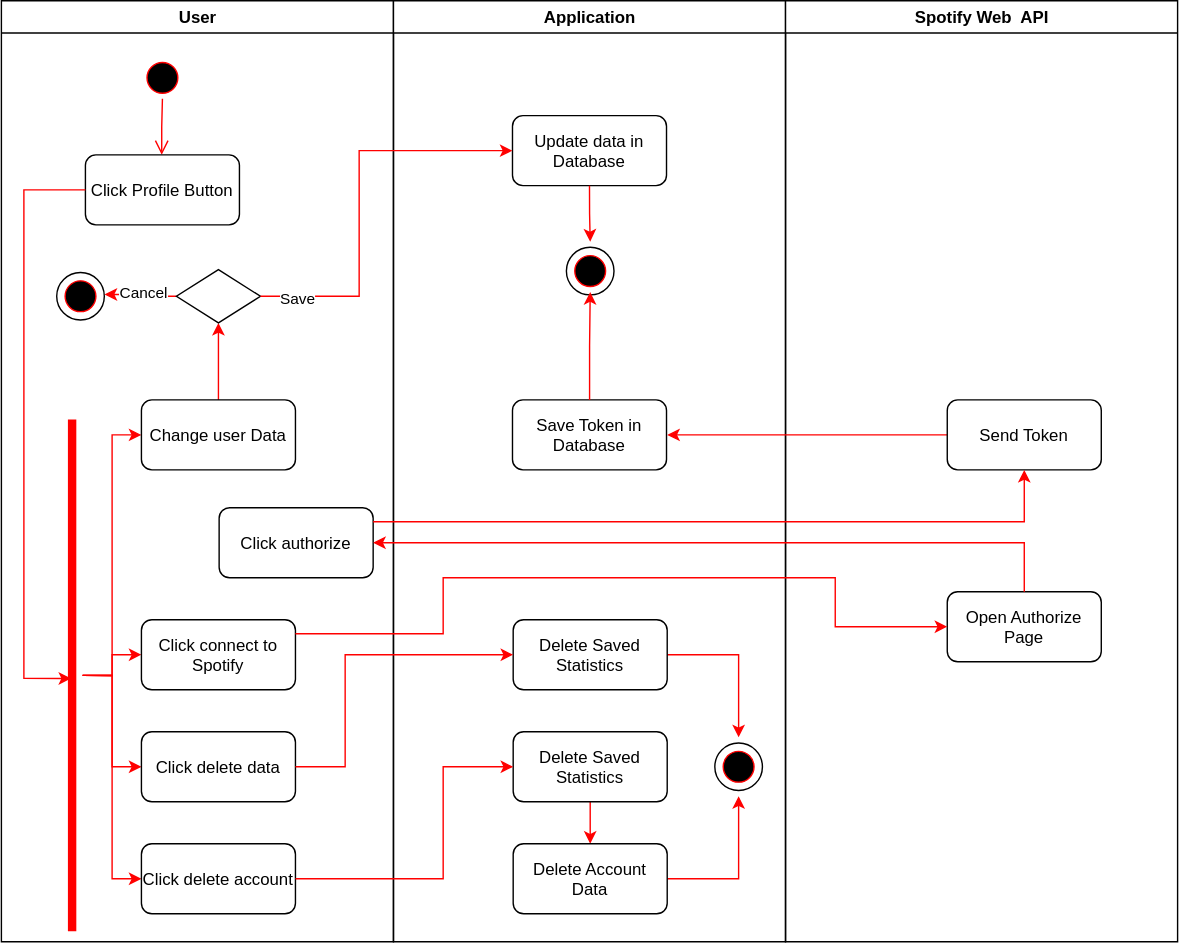
Before: Documentation/diagrams/Edit_Profile_Activity_Diagram.svg, a diagram exported from draw.io (SE-TINF22B6/Statify). Source tidied: cells renumbered, new cells last; positions are measured from the earlier drawing's top-left corner, leaving out a move shared by most shapes.
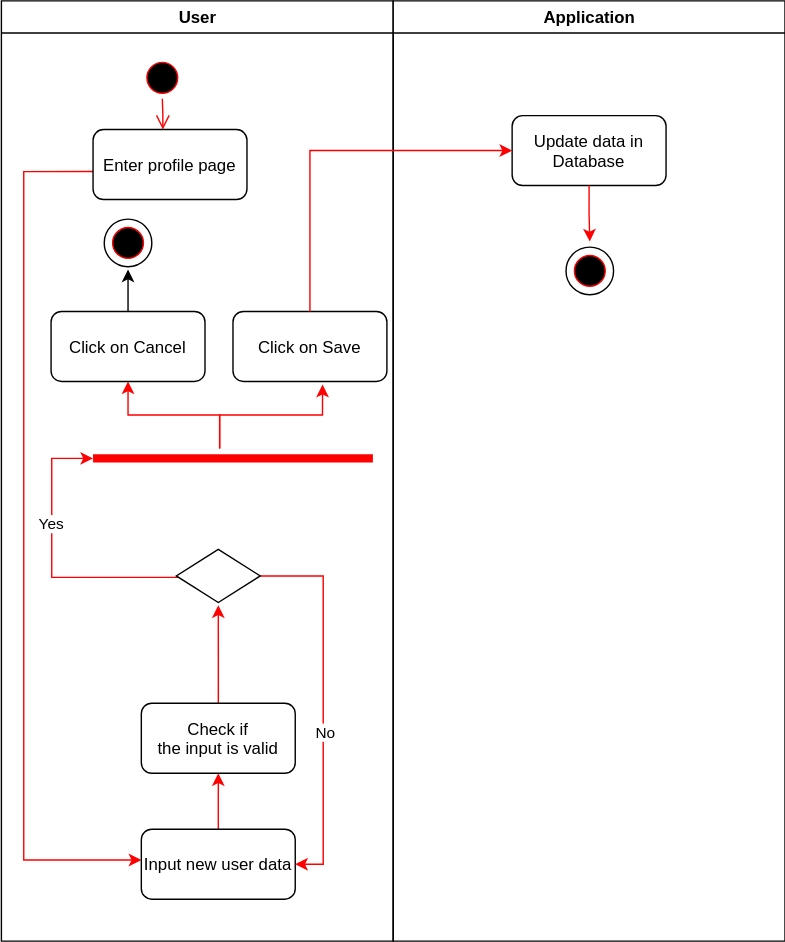
Later version of the same file.

Commit message:
updated the activity diagrams

Diff of the diagram source:
```diff
@@ -11,53 +11,87 @@
     <mxCell id="4" style="edgeStyle=elbowEdgeStyle;elbow=horizontal;verticalAlign=bottom;endArrow=open;endSize=8;strokeColor=#FF0000;endFill=1;rounded=0;" parent="2" edge="1" source="3" target="5">
       <mxGeometry x="100" y="40" as="geometry" />
     </mxCell>
+    <mxCell id="52" style="edgeStyle=orthogonalEdgeStyle;rounded=0;orthogonalLoop=1;jettySize=auto;html=1;entryX=0;entryY=0.5;entryDx=0;entryDy=0;strokeColor=#ff0000;" parent="2" edge="1">
+      <mxGeometry relative="1" as="geometry">
+        <mxPoint x="65.5" y="122" as="sourcePoint" />
+        <mxPoint x="100" y="614" as="targetPoint" />
+        <Array as="points">
+          <mxPoint x="16" y="122" />
+          <mxPoint x="16" y="614" />
+        </Array>
+      </mxGeometry>
+    </mxCell>
-    <mxCell id="5" value="Click Profile Button" style="rounded=1;" parent="2" vertex="1">
-      <mxGeometry x="60" y="110" width="110" height="50" as="geometry" />
+    <mxCell id="5" value="Enter profile page" style="rounded=1;" parent="2" vertex="1">
+      <mxGeometry x="65.5" y="92" width="110" height="50" as="geometry" />
     </mxCell>
-    <mxCell id="6" style="edgeStyle=orthogonalEdgeStyle;rounded=0;jettySize=auto;html=1;entryX=0;entryY=0.5;entryDx=0;entryDy=0;strokeColor=#ff0000;" parent="2" edge="1" source="10" target="12">
-      <mxGeometry relative="1" as="geometry" />
-    </mxCell>
-    <mxCell id="7" style="edgeStyle=orthogonalEdgeStyle;rounded=0;jettySize=auto;html=1;entryX=0;entryY=0.5;entryDx=0;entryDy=0;strokeColor=#ff0000;" parent="2" edge="1" source="10" target="13">
-      <mxGeometry relative="1" as="geometry" />
-    </mxCell>
-    <mxCell id="8" style="edgeStyle=orthogonalEdgeStyle;rounded=0;jettySize=auto;html=1;entryX=0;entryY=0.5;entryDx=0;entryDy=0;strokeColor=#ff0000;" parent="2" edge="1" source="10" target="15">
-      <mxGeometry relative="1" as="geometry" />
-    </mxCell>
-    <mxCell id="9" style="edgeStyle=orthogonalEdgeStyle;rounded=0;jettySize=auto;html=1;entryX=0;entryY=0.5;entryDx=0;entryDy=0;strokeColor=#ff0000;" parent="2" edge="1" source="10" target="14">
-      <mxGeometry relative="1" as="geometry" />
-    </mxCell>
-    <mxCell id="10" style="shape=line;strokeWidth=6;strokeColor=#ff0000;rotation=90;" parent="2" vertex="1">
-      <mxGeometry x="-132.2" y="474.2" width="365.5" height="15" as="geometry" />
-    </mxCell>
-    <mxCell id="11" style="edgeStyle=orthogonalEdgeStyle;rounded=0;jettySize=auto;html=1;entryX=0.5;entryY=1;entryDx=0;entryDy=0;strokeColor=#ff0000;" parent="2" edge="1" source="12" target="18">
-      <mxGeometry relative="1" as="geometry" />
-    </mxCell>
+    <mxCell id="53" style="edgeStyle=orthogonalEdgeStyle;rounded=0;jettySize=auto;html=1;strokeColor=#ff0000;" parent="2" edge="1" source="12" target="55">
+      <mxGeometry relative="1" as="geometry" />
+    </mxCell>
-    <mxCell id="12" value="Change user Data" style="rounded=1;" parent="2" vertex="1">
-      <mxGeometry x="100" y="285" width="110" height="50" as="geometry" />
+    <mxCell id="12" value="Input new user data" style="rounded=1;" parent="2" vertex="1">
+      <mxGeometry x="100" y="592" width="110" height="50" as="geometry" />
     </mxCell>
-    <mxCell id="13" value="Click connect to &#10;Spotify" style="rounded=1;" parent="2" vertex="1">
-      <mxGeometry x="100" y="442" width="110" height="50" as="geometry" />
-    </mxCell>
-    <mxCell id="14" value="Click delete data" style="rounded=1;" parent="2" vertex="1">
-      <mxGeometry x="100" y="522" width="110" height="50" as="geometry" />
-    </mxCell>
-    <mxCell id="15" value="Click delete account" style="rounded=1;" parent="2" vertex="1">
-      <mxGeometry x="100" y="602" width="110" height="50" as="geometry" />
-    </mxCell>
-    <mxCell id="16" style="edgeStyle=orthogonalEdgeStyle;rounded=0;jettySize=auto;html=1;exitX=0;exitY=0.5;exitDx=0;exitDy=0;entryX=0.909;entryY=0.469;entryDx=0;entryDy=0;entryPerimeter=0;strokeColor=#ff0000;" parent="2" edge="1" source="18" target="21">
-      <mxGeometry relative="1" as="geometry" />
-    </mxCell>
-    <mxCell id="17" value="Cancel" style="edgeLabel;html=1;align=center;verticalAlign=middle;" parent="16" vertex="1">
-      <mxGeometry x="-0.04" y="-1" relative="1" as="geometry" />
-    </mxCell>
-    <mxCell id="18" style="rhombus;whiteSpace=wrap;html=1;" parent="2" vertex="1">
-      <mxGeometry x="125" y="192" width="60" height="38" as="geometry" />
-    </mxCell>
-    <mxCell id="19" value="Click authorize" style="rounded=1;" parent="2" vertex="1">
-      <mxGeometry x="155.5" y="362" width="110" height="50" as="geometry" />
-    </mxCell>
+    <mxCell id="54" style="edgeStyle=orthogonalEdgeStyle;rounded=0;jettySize=auto;html=1;strokeColor=#ff0000;" parent="2" edge="1" source="55">
+      <mxGeometry relative="1" as="geometry">
+        <mxPoint x="155" y="432" as="targetPoint" />
+      </mxGeometry>
+    </mxCell>
+    <mxCell id="55" value="Check if &#10;the input is valid" style="rounded=1;" parent="2" vertex="1">
+      <mxGeometry x="100" y="502" width="110" height="50" as="geometry" />
+    </mxCell>
+    <mxCell id="56" style="edgeStyle=orthogonalEdgeStyle;rounded=0;jettySize=auto;html=1;entryX=1;entryY=0.5;entryDx=0;entryDy=0;strokeColor=#ff0000;" parent="2" edge="1" source="60" target="12">
+      <mxGeometry relative="1" as="geometry">
+        <Array as="points">
+          <mxPoint x="230" y="411" />
+          <mxPoint x="230" y="617" />
+        </Array>
+      </mxGeometry>
+    </mxCell>
+    <mxCell id="57" value="No" style="edgeLabel;html=1;align=center;verticalAlign=middle;" parent="56" vertex="1">
+      <mxGeometry x="-0.16" y="1" relative="1" as="geometry">
+        <mxPoint y="44" as="offset" />
+      </mxGeometry>
+    </mxCell>
+    <mxCell id="58" style="edgeStyle=orthogonalEdgeStyle;rounded=0;jettySize=auto;html=1;strokeColor=#ff0000;" parent="2" edge="1" source="60">
+      <mxGeometry relative="1" as="geometry">
+        <mxPoint x="65.5" y="327" as="targetPoint" />
+        <Array as="points">
+          <mxPoint x="36" y="412" />
+          <mxPoint x="36" y="327" />
+        </Array>
+      </mxGeometry>
+    </mxCell>
+    <mxCell id="59" value="Yes" style="edgeLabel;html=1;align=center;verticalAlign=middle;" parent="58" vertex="1">
+      <mxGeometry x="0.05" y="1" relative="1" as="geometry">
+        <mxPoint y="-21" as="offset" />
+      </mxGeometry>
+    </mxCell>
+    <mxCell id="60" style="rhombus;whiteSpace=wrap;html=1;" parent="2" vertex="1">
+      <mxGeometry x="125" y="392" width="60" height="38" as="geometry" />
+    </mxCell>
+    <mxCell id="61" style="edgeStyle=orthogonalEdgeStyle;rounded=0;jettySize=auto;html=1;entryX=0.5;entryY=1;entryDx=0;entryDy=0;strokeColor=#ff0000;" parent="2" edge="1" source="62" target="64">
+      <mxGeometry relative="1" as="geometry">
+        <Array as="points">
+          <mxPoint x="156" y="296" />
+          <mxPoint x="91" y="296" />
+        </Array>
+      </mxGeometry>
+    </mxCell>
+    <mxCell id="62" style="shape=line;html=1;strokeWidth=6;strokeColor=#ff0000;" parent="2" vertex="1">
+      <mxGeometry x="65.5" y="320" width="200" height="14" as="geometry" />
+    </mxCell>
+    <mxCell id="63" style="edgeStyle=orthogonalEdgeStyle;rounded=0;jettySize=auto;html=1;exitX=0.5;exitY=0;exitDx=0;exitDy=0;" parent="2" edge="1" source="64">
+      <mxGeometry relative="1" as="geometry">
+        <mxPoint x="90.5" y="192" as="targetPoint" />
+      </mxGeometry>
+    </mxCell>
+    <mxCell id="64" value="Click on Cancel" style="rounded=1;" parent="2" vertex="1">
+      <mxGeometry x="35.5" y="222" width="110" height="50" as="geometry" />
+    </mxCell>
+    <mxCell id="65" value="Click on Save" style="rounded=1;" parent="2" vertex="1">
+      <mxGeometry x="165.5" y="222" width="110" height="50" as="geometry" />
+    </mxCell>
     <mxCell id="20" style="group;" parent="2" vertex="1">
-      <mxGeometry x="35.5" y="190" width="42" height="42" as="geometry" />
+      <mxGeometry x="69.5" y="152" width="42" height="42" as="geometry" />
     </mxCell>
     <mxCell id="21" style="ellipse;shape=startState;fillColor=none;strokeColor=#000000;" parent="20" vertex="1">
       <mxGeometry width="42" height="42" as="geometry" />
@@ -65,75 +99,25 @@
     <mxCell id="22" style="ellipse;shape=startState;fillColor=#000000;strokeColor=#ff0000;" parent="20" vertex="1">
       <mxGeometry x="6" y="6" width="30" height="30" as="geometry" />
     </mxCell>
-    <mxCell id="23" style="edgeStyle=orthogonalEdgeStyle;rounded=0;jettySize=auto;html=1;entryX=0.506;entryY=0.544;entryDx=0;entryDy=0;entryPerimeter=0;strokeColor=#ff0000;" parent="2" edge="1" source="5" target="10">
-      <mxGeometry relative="1" as="geometry">
-        <Array as="points">
-          <mxPoint x="16" y="135" />
-          <mxPoint x="16" y="484" />
-        </Array>
-      </mxGeometry>
-    </mxCell>
+    <mxCell id="66" style="edgeStyle=orthogonalEdgeStyle;rounded=0;jettySize=auto;html=1;entryX=0.582;entryY=1.045;entryDx=0;entryDy=0;entryPerimeter=0;strokeColor=#ff0000;" parent="2" edge="1" source="62" target="65">
+      <mxGeometry relative="1" as="geometry">
+        <Array as="points">
+          <mxPoint x="156" y="296" />
+          <mxPoint x="229" y="296" />
+        </Array>
+      </mxGeometry>
+    </mxCell>
-    <mxCell id="24" value="Application" style="swimlane;whiteSpace=wrap;" parent="1" vertex="1">
+    <mxCell id="24" value="Application" style="swimlane;whiteSpace=wrap;strokeColor=#000000;" parent="1" vertex="1">
       <mxGeometry x="412.5" width="280" height="672" as="geometry" />
     </mxCell>
     <mxCell id="25" value="Update data in &#10;Database" style="rounded=1;" parent="24" vertex="1">
       <mxGeometry x="85" y="82" width="110" height="50" as="geometry" />
     </mxCell>
-    <mxCell id="26" style="edgeStyle=orthogonalEdgeStyle;rounded=0;jettySize=auto;html=1;exitX=1;exitY=0.5;exitDx=0;exitDy=0;entryX=0.5;entryY=0;entryDx=0;entryDy=0;strokeColor=#ff0000;" parent="24" edge="1" source="27" target="33">
-      <mxGeometry relative="1" as="geometry" />
-    </mxCell>
-    <mxCell id="27" value="Delete Saved&#10;Statistics" style="rounded=1;" parent="24" vertex="1">
-      <mxGeometry x="85.5" y="442" width="110" height="50" as="geometry" />
-    </mxCell>
-    <mxCell id="28" style="edgeStyle=orthogonalEdgeStyle;rounded=0;jettySize=auto;html=1;entryX=0.5;entryY=0;entryDx=0;entryDy=0;strokeColor=#ff0000;" parent="24" edge="1" source="29" target="31">
-      <mxGeometry relative="1" as="geometry" />
+    <mxCell id="28" style="edgeStyle=orthogonalEdgeStyle;rounded=0;jettySize=auto;html=1;entryX=0.5;entryY=0;entryDx=0;entryDy=0;strokeColor=#ff0000;" parent="24" edge="1" target="x">
+      <mxGeometry relative="1" as="geometry">
+        <mxPoint x="140.5" y="572" as="sourcePoint" />
+      </mxGeometry>
     </mxCell>
-    <mxCell id="29" value="Delete Saved &#10;Statistics" style="rounded=1;" parent="24" vertex="1">
-      <mxGeometry x="85.5" y="522" width="110" height="50" as="geometry" />
-    </mxCell>
-    <mxCell id="30" style="edgeStyle=orthogonalEdgeStyle;rounded=0;jettySize=auto;html=1;entryX=0.5;entryY=1;entryDx=0;entryDy=0;strokeColor=#ff0000;" parent="24" edge="1" source="31" target="33">
-      <mxGeometry relative="1" as="geometry" />
-    </mxCell>
-    <mxCell id="31" value="Delete Account &#10;Data" style="rounded=1;" parent="24" vertex="1">
-      <mxGeometry x="85.5" y="602" width="110" height="50" as="geometry" />
-    </mxCell>
-    <mxCell id="32" style="group;" parent="24" vertex="1">
-      <mxGeometry x="225.5" y="526" width="42" height="42" as="geometry" />
-    </mxCell>
-    <mxCell id="33" style="ellipse;shape=startState;fillColor=none;strokeColor=#000000;" parent="32" vertex="1">
-      <mxGeometry width="42" height="42" as="geometry" />
-    </mxCell>
-    <mxCell id="34" style="ellipse;shape=startState;fillColor=#000000;strokeColor=#ff0000;" parent="32" vertex="1">
-      <mxGeometry x="6" y="6" width="30" height="30" as="geometry" />
-    </mxCell>
-    <mxCell id="35" value="Save Token in &#10;Database" style="rounded=1;" parent="24" vertex="1">
-      <mxGeometry x="85" y="285" width="110" height="50" as="geometry" />
-    </mxCell>
-    <mxCell id="36" value="Spotify Web  API" style="swimlane;whiteSpace=wrap;" parent="1" vertex="1">
-      <mxGeometry x="692.5" width="280" height="672" as="geometry" />
-    </mxCell>
-    <mxCell id="37" style="edgeStyle=orthogonalEdgeStyle;rounded=0;jettySize=auto;html=1;strokeColor=#ff0000;" parent="36" edge="1" source="38">
-      <mxGeometry relative="1" as="geometry">
-        <mxPoint x="-84.5" y="310" as="targetPoint" />
-      </mxGeometry>
-    </mxCell>
-    <mxCell id="38" value="Send Token" style="rounded=1;" parent="36" vertex="1">
-      <mxGeometry x="115.5" y="285" width="110" height="50" as="geometry" />
-    </mxCell>
-    <mxCell id="39" value="Open Authorize &#10;Page" style="rounded=1;" parent="36" vertex="1">
-      <mxGeometry x="115.5" y="422" width="110" height="50" as="geometry" />
-    </mxCell>
-    <mxCell id="40" style="edgeStyle=orthogonalEdgeStyle;rounded=0;jettySize=auto;html=1;exitX=1;exitY=0.5;exitDx=0;exitDy=0;entryX=0;entryY=0.5;entryDx=0;entryDy=0;strokeColor=#ff0000;" parent="1" edge="1" source="18" target="25">
-      <mxGeometry relative="1" as="geometry">
-        <Array as="points">
-          <mxPoint x="388" y="211" />
-          <mxPoint x="388" y="107" />
-        </Array>
-      </mxGeometry>
-    </mxCell>
-    <mxCell id="41" value="Save" style="edgeLabel;html=1;align=center;verticalAlign=middle;" parent="40" vertex="1">
-      <mxGeometry x="-0.82" y="-1" relative="1" as="geometry" />
-    </mxCell>
     <mxCell id="42" style="group;" parent="1" vertex="1">
       <mxGeometry x="532" y="172" width="42" height="42" as="geometry" />
     </mxCell>
@@ -146,48 +130,12 @@
     <mxCell id="45" style="edgeStyle=orthogonalEdgeStyle;rounded=0;jettySize=auto;html=1;exitX=0.5;exitY=1;exitDx=0;exitDy=0;entryX=0.5;entryY=0;entryDx=0;entryDy=0;strokeColor=#ff0000;" parent="1" edge="1" source="25" target="43">
       <mxGeometry relative="1" as="geometry" />
     </mxCell>
-    <mxCell id="46" style="edgeStyle=orthogonalEdgeStyle;rounded=0;jettySize=auto;html=1;exitX=1;exitY=0.5;exitDx=0;exitDy=0;entryX=0;entryY=0.5;entryDx=0;entryDy=0;strokeColor=#ff0000;" parent="1" edge="1" source="14" target="27">
-      <mxGeometry relative="1" as="geometry">
-        <Array as="points">
-          <mxPoint x="378" y="547" />
-          <mxPoint x="378" y="467" />
-        </Array>
-      </mxGeometry>
-    </mxCell>
-    <mxCell id="47" style="edgeStyle=orthogonalEdgeStyle;rounded=0;jettySize=auto;html=1;entryX=0;entryY=0.5;entryDx=0;entryDy=0;strokeColor=#ff0000;" parent="1" edge="1" source="15" target="29">
-      <mxGeometry relative="1" as="geometry">
-        <Array as="points">
-          <mxPoint x="448" y="627" />
-          <mxPoint x="448" y="547" />
-        </Array>
-      </mxGeometry>
-    </mxCell>
-    <mxCell id="48" style="edgeStyle=orthogonalEdgeStyle;rounded=0;jettySize=auto;html=1;entryX=0;entryY=0.5;entryDx=0;entryDy=0;strokeColor=#ff0000;" parent="1" edge="1" source="13" target="39">
-      <mxGeometry relative="1" as="geometry">
-        <Array as="points">
-          <mxPoint x="448" y="452" />
-          <mxPoint x="448" y="412" />
-          <mxPoint x="728" y="412" />
-          <mxPoint x="728" y="447" />
-        </Array>
-      </mxGeometry>
-    </mxCell>
-    <mxCell id="49" style="edgeStyle=orthogonalEdgeStyle;rounded=0;jettySize=auto;html=1;entryX=1;entryY=0.5;entryDx=0;entryDy=0;strokeColor=#ff0000;" parent="1" edge="1" source="39" target="19">
-      <mxGeometry relative="1" as="geometry">
-        <Array as="points">
-          <mxPoint x="863" y="387" />
-        </Array>
-      </mxGeometry>
-    </mxCell>
-    <mxCell id="50" style="edgeStyle=orthogonalEdgeStyle;rounded=0;jettySize=auto;html=1;entryX=0.5;entryY=1;entryDx=0;entryDy=0;strokeColor=#ff0000;" parent="1" edge="1" source="19" target="38">
-      <mxGeometry relative="1" as="geometry">
-        <Array as="points">
-          <mxPoint x="863" y="372" />
-        </Array>
-      </mxGeometry>
-    </mxCell>
-    <mxCell id="51" style="edgeStyle=orthogonalEdgeStyle;rounded=0;jettySize=auto;html=1;strokeColor=#ff0000;" parent="1" edge="1" source="35" target="44">
-      <mxGeometry relative="1" as="geometry" />
-    </mxCell>
+    <mxCell id="67" style="edgeStyle=orthogonalEdgeStyle;rounded=0;jettySize=auto;html=1;entryX=0;entryY=0.5;entryDx=0;entryDy=0;strokeColor=#ff0000;" parent="1" edge="1" source="65" target="25">
+      <mxGeometry relative="1" as="geometry">
+        <Array as="points">
+          <mxPoint x="353" y="107" />
+        </Array>
+      </mxGeometry>
+    </mxCell>
   </root>
 </mxGraphModel>
```
